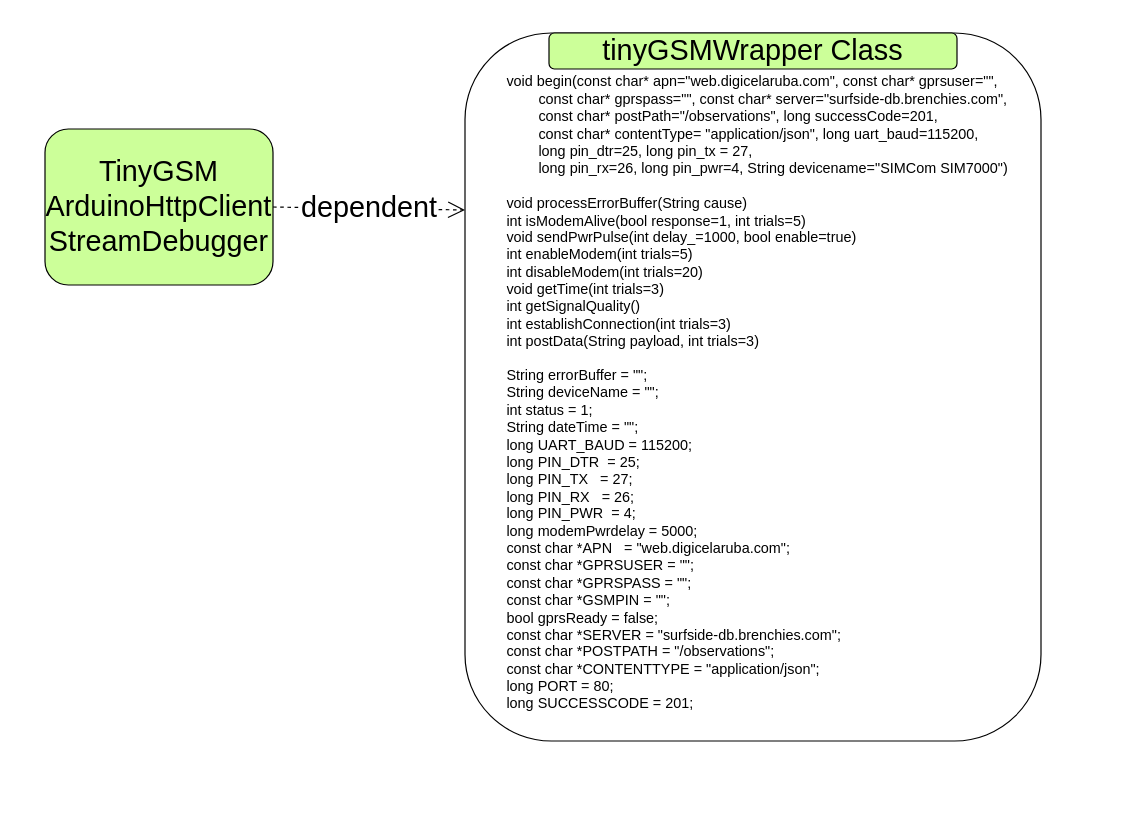
Before: page "tinygsmwrapper" (8 of 12) of docs/Software architecture.drawio in brenchies/SurfsideSensors, a draw.io diagram. Source tidied: cells renumbered, new cells numbered last; positions are measured from the earlier drawing's top-left corner, leaving out a move shared by most shapes. Both pictures are drawn from the tidied source at 120%, with x=0, y=0 at pixel (44, 20).
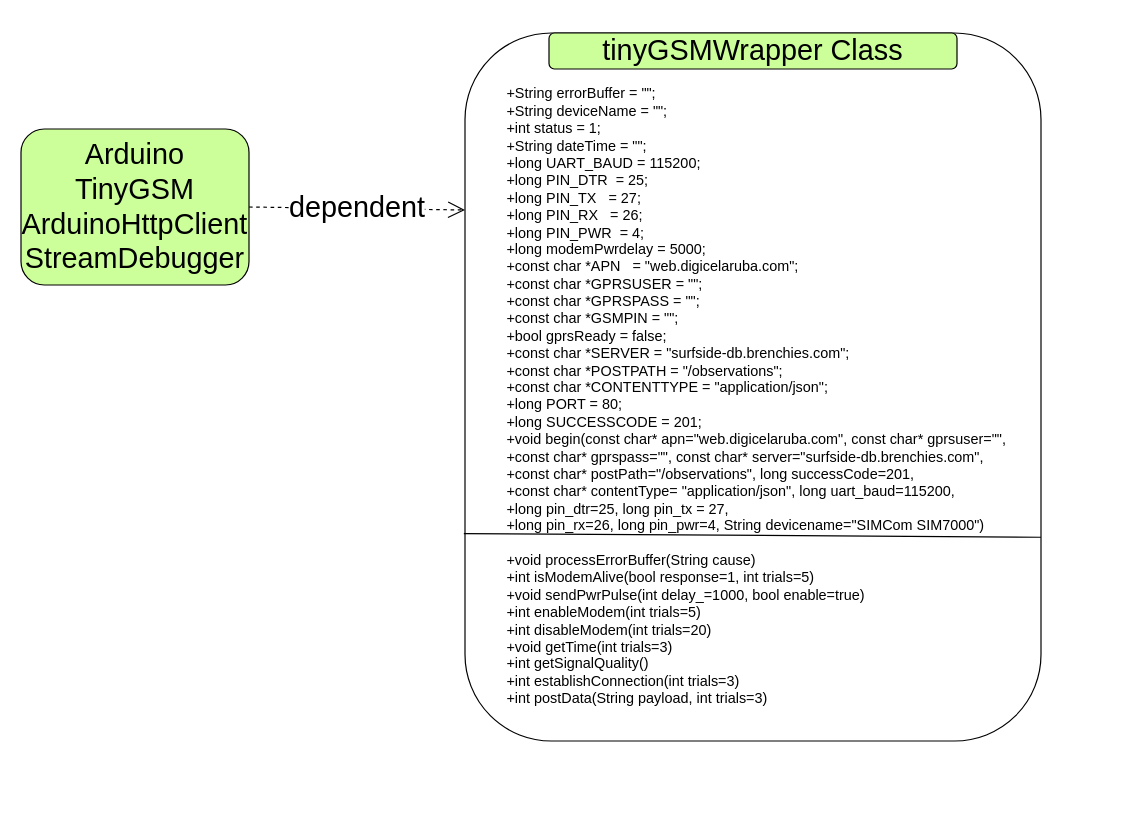
After the change.

The edit, as a diff of the source:
```diff
@@
 <mxGraphModel>
   <root>
     <mxCell id="0" />
     <mxCell id="1" parent="0" />
     <mxCell id="2" style="group;" parent="1" vertex="1">
-      <mxGeometry x="350" width="525" height="650" as="geometry" />
+      <mxGeometry x="350" width="535" height="650" as="geometry" />
     </mxCell>
     <mxCell id="3" style="rounded=1;whiteSpace=wrap;html=1;" parent="2" vertex="1">
       <mxGeometry y="10" width="480" height="590" as="geometry" />
     </mxCell>
     <mxCell id="4" value="&lt;font style=&quot;font-size: 24px;&quot;&gt;tinyGSMWrapper Class&lt;/font&gt;" style="rounded=1;whiteSpace=wrap;html=1;fillColor=#CCFF99;" parent="2" vertex="1">
       <mxGeometry x="70" y="10" width="340" height="30" as="geometry" />
     </mxCell>
-    <mxCell id="5" value="&lt;div&gt;&lt;br&gt;&lt;/div&gt;&lt;div&gt;void begin(const char* apn=&quot;web.digicelaruba.com&quot;, const char* gprsuser=&quot;&quot;,&amp;nbsp;&lt;/div&gt;&lt;div&gt;&lt;span style=&quot;white-space: pre;&quot;&gt;&#9;&lt;/span&gt;const char* gprspass=&quot;&quot;,&amp;nbsp;&lt;span style=&quot;background-color: initial;&quot;&gt;const char* server=&quot;surfside-db.brenchies.com&quot;, &lt;br&gt;&lt;span style=&quot;white-space: pre;&quot;&gt;&#9;&lt;/span&gt;const char* postPath=&quot;/observations&quot;, long successCode=201,&lt;/span&gt;&lt;/div&gt;&lt;div&gt;&lt;span style=&quot;white-space: pre;&quot;&gt;&#9;&lt;/span&gt;const char* contentType= &quot;application/json&quot;, long uart_baud=115200,&lt;br&gt;&lt;span style=&quot;white-space: pre;&quot;&gt;&#9;&lt;/span&gt;long pin_dtr=25, long pin_tx = 27,&lt;/div&gt;&lt;div&gt;&lt;span style=&quot;white-space: pre;&quot;&gt;&#9;&lt;/span&gt;long pin_rx=26, long pin_pwr=4, String devicename=&quot;SIMCom SIM7000&quot;)&lt;/div&gt;&lt;div&gt;&lt;br&gt;&lt;/div&gt;&lt;div&gt;void processErrorBuffer(String cause)&lt;/div&gt;&lt;div&gt;int isModemAlive(bool response=1, int trials=5)&lt;/div&gt;&lt;div&gt;void sendPwrPulse(int delay_=1000, bool enable=true)&lt;/div&gt;&lt;div&gt;int enableModem(int trials=5)&lt;/div&gt;&lt;div&gt;int disableModem(int trials=20)&lt;/div&gt;&lt;div&gt;void getTime(int trials=3)&lt;/div&gt;&lt;div&gt;int getSignalQuality()&lt;/div&gt;&lt;div&gt;int establishConnection(int trials=3)&lt;/div&gt;&lt;div&gt;int postData(String payload, int trials=3)&lt;/div&gt;&lt;div&gt;&lt;br&gt;&lt;/div&gt;&lt;div&gt;String errorBuffer = &quot;&quot;;&lt;/div&gt;&lt;div&gt;String deviceName = &quot;&quot;;&lt;/div&gt;&lt;div&gt;int status = 1;&lt;/div&gt;&lt;div&gt;String dateTime = &quot;&quot;;&lt;/div&gt;&lt;div&gt;long UART_BAUD = 115200;&lt;/div&gt;&lt;div&gt;long PIN_DTR&amp;nbsp; = 25;&lt;/div&gt;&lt;div&gt;long PIN_TX&amp;nbsp; &amp;nbsp;= 27;&lt;/div&gt;&lt;div&gt;long PIN_RX&amp;nbsp; &amp;nbsp;= 26;&lt;/div&gt;&lt;div&gt;long PIN_PWR&amp;nbsp; = 4;&lt;/div&gt;&lt;div&gt;long modemPwrdelay = 5000;&lt;/div&gt;&lt;div&gt;const char *APN&amp;nbsp; &amp;nbsp;= &quot;web.digicelaruba.com&quot;;&lt;/div&gt;&lt;div&gt;const char *GPRSUSER = &quot;&quot;;&lt;/div&gt;&lt;div&gt;const char *GPRSPASS = &quot;&quot;;&lt;/div&gt;&lt;div&gt;const char *GSMPIN = &quot;&quot;;&lt;/div&gt;&lt;div&gt;bool gprsReady = false;&lt;/div&gt;&lt;div&gt;const char *SERVER = &quot;surfside-db.brenchies.com&quot;;&lt;/div&gt;&lt;div&gt;const char *POSTPATH = &quot;/observations&quot;;&lt;/div&gt;&lt;div&gt;const char *CONTENTTYPE = &quot;application/json&quot;;&lt;/div&gt;&lt;div&gt;long PORT = 80;&lt;/div&gt;&lt;div&gt;long SUCCESSCODE = 201;&lt;/div&gt;" style="text;html=1;strokeColor=none;fillColor=none;spacing=5;spacingTop=-20;whiteSpace=wrap;overflow=hidden;rounded=0;align=left;" parent="2" vertex="1">
-      <mxGeometry x="30" y="40" width="505" height="570" as="geometry" />
+    <mxCell id="5" value="&lt;div&gt;&lt;br&gt;&lt;/div&gt;&lt;div&gt;&lt;span style=&quot;background-color: initial;&quot;&gt;+String errorBuffer = &quot;&quot;;&lt;/span&gt;&lt;br&gt;&lt;/div&gt;&lt;div&gt;+String deviceName = &quot;&quot;;&lt;/div&gt;&lt;div&gt;+int status = 1;&lt;/div&gt;&lt;div&gt;+String dateTime = &quot;&quot;;&lt;/div&gt;&lt;div&gt;+long UART_BAUD = 115200;&lt;/div&gt;&lt;div&gt;+long PIN_DTR&amp;nbsp; = 25;&lt;/div&gt;&lt;div&gt;+long PIN_TX&amp;nbsp; &amp;nbsp;= 27;&lt;/div&gt;&lt;div&gt;+long PIN_RX&amp;nbsp; &amp;nbsp;= 26;&lt;/div&gt;&lt;div&gt;+long PIN_PWR&amp;nbsp; = 4;&lt;/div&gt;&lt;div&gt;+long modemPwrdelay = 5000;&lt;/div&gt;&lt;div&gt;+const char *APN&amp;nbsp; &amp;nbsp;= &quot;web.digicelaruba.com&quot;;&lt;/div&gt;&lt;div&gt;+const char *GPRSUSER = &quot;&quot;;&lt;/div&gt;&lt;div&gt;+const char *GPRSPASS = &quot;&quot;;&lt;/div&gt;&lt;div&gt;+const char *GSMPIN = &quot;&quot;;&lt;/div&gt;&lt;div&gt;+bool gprsReady = false;&lt;/div&gt;&lt;div&gt;+const char *SERVER = &quot;surfside-db.brenchies.com&quot;;&lt;/div&gt;&lt;div&gt;+const char *POSTPATH = &quot;/observations&quot;;&lt;/div&gt;&lt;div&gt;+const char *CONTENTTYPE = &quot;application/json&quot;;&lt;/div&gt;&lt;div&gt;+long PORT = 80;&lt;/div&gt;&lt;div&gt;+long SUCCESSCODE = 201;&lt;/div&gt;&lt;div&gt;&lt;div&gt;+void begin(const char* apn=&quot;web.digicelaruba.com&quot;, const char* gprsuser=&quot;&quot;,&amp;nbsp;&lt;/div&gt;&lt;div&gt;&lt;span style=&quot;&quot;&gt;&lt;/span&gt;+const char* gprspass=&quot;&quot;,&amp;nbsp;&lt;span style=&quot;background-color: initial;&quot;&gt;const char* server=&quot;surfside-db.brenchies.com&quot;,&lt;br&gt;&lt;span style=&quot;&quot;&gt;&lt;/span&gt;+const char* postPath=&quot;/observations&quot;, long successCode=201,&lt;/span&gt;&lt;/div&gt;&lt;div&gt;&lt;span style=&quot;&quot;&gt;&lt;/span&gt;+const char* contentType= &quot;application/json&quot;, long uart_baud=115200,&lt;br&gt;&lt;span style=&quot;&quot;&gt;&lt;/span&gt;+long pin_dtr=25, long pin_tx = 27,&lt;/div&gt;&lt;div&gt;&lt;span style=&quot;&quot;&gt;&lt;/span&gt;+long pin_rx=26, long pin_pwr=4, String devicename=&quot;SIMCom SIM7000&quot;)&lt;/div&gt;&lt;div&gt;&lt;br&gt;&lt;/div&gt;&lt;div&gt;+void processErrorBuffer(String cause)&lt;/div&gt;&lt;div&gt;+int isModemAlive(bool response=1, int trials=5)&lt;/div&gt;&lt;div&gt;+void sendPwrPulse(int delay_=1000, bool enable=true)&lt;/div&gt;&lt;div&gt;+int enableModem(int trials=5)&lt;/div&gt;&lt;div&gt;+int disableModem(int trials=20)&lt;/div&gt;&lt;div&gt;+void getTime(int trials=3)&lt;/div&gt;&lt;div&gt;+int getSignalQuality()&lt;/div&gt;&lt;div&gt;+int establishConnection(int trials=3)&lt;/div&gt;&lt;div&gt;+int postData(String payload, int trials=3)&lt;/div&gt;&lt;/div&gt;" style="text;html=1;strokeColor=none;fillColor=none;spacing=5;spacingTop=-20;whiteSpace=wrap;overflow=hidden;rounded=0;align=left;" parent="2" vertex="1">
+      <mxGeometry x="30" y="50" width="505" height="570" as="geometry" />
     </mxCell>
+    <mxCell id="8" style="endArrow=none;html=1;rounded=0;fontSize=24;exitX=-0.002;exitY=0.707;exitDx=0;exitDy=0;exitPerimeter=0;entryX=0.891;entryY=0.667;entryDx=0;entryDy=0;entryPerimeter=0;" parent="2" edge="1" source="3" target="5">
+      <mxGeometry relative="1" as="geometry" />
+    </mxCell>
-    <mxCell id="6" value="&lt;div&gt;&lt;span style=&quot;font-size: 24px;&quot;&gt;TinyGSM&lt;/span&gt;&lt;/div&gt;&lt;div&gt;&lt;span style=&quot;font-size: 24px;&quot;&gt;ArduinoHttpClient&lt;/span&gt;&lt;/div&gt;&lt;div&gt;&lt;span style=&quot;font-size: 24px;&quot;&gt;StreamDebugger&lt;/span&gt;&lt;/div&gt;" style="rounded=1;whiteSpace=wrap;html=1;fillColor=#CCFF99;" parent="1" vertex="1">
-      <mxGeometry y="90" width="190" height="130" as="geometry" />
+    <mxCell id="6" value="&lt;div&gt;&lt;span style=&quot;font-size: 24px;&quot;&gt;Arduino&lt;br&gt;TinyGSM&lt;/span&gt;&lt;/div&gt;&lt;div&gt;&lt;span style=&quot;font-size: 24px;&quot;&gt;ArduinoHttpClient&lt;/span&gt;&lt;/div&gt;&lt;div&gt;&lt;span style=&quot;font-size: 24px;&quot;&gt;StreamDebugger&lt;/span&gt;&lt;/div&gt;" style="rounded=1;whiteSpace=wrap;html=1;fillColor=#CCFF99;" parent="1" vertex="1">
+      <mxGeometry x="-20" y="90" width="190" height="130" as="geometry" />
     </mxCell>
     <mxCell id="7" value="dependent" style="endArrow=open;endSize=12;dashed=1;html=1;rounded=0;fontSize=24;entryX=0;entryY=0.25;entryDx=0;entryDy=0;exitX=1;exitY=0.5;exitDx=0;exitDy=0;" parent="1" edge="1" source="6" target="3">
       <mxGeometry relative="1" as="geometry" />
     </mxCell>
   </root>
 </mxGraphModel>
```
